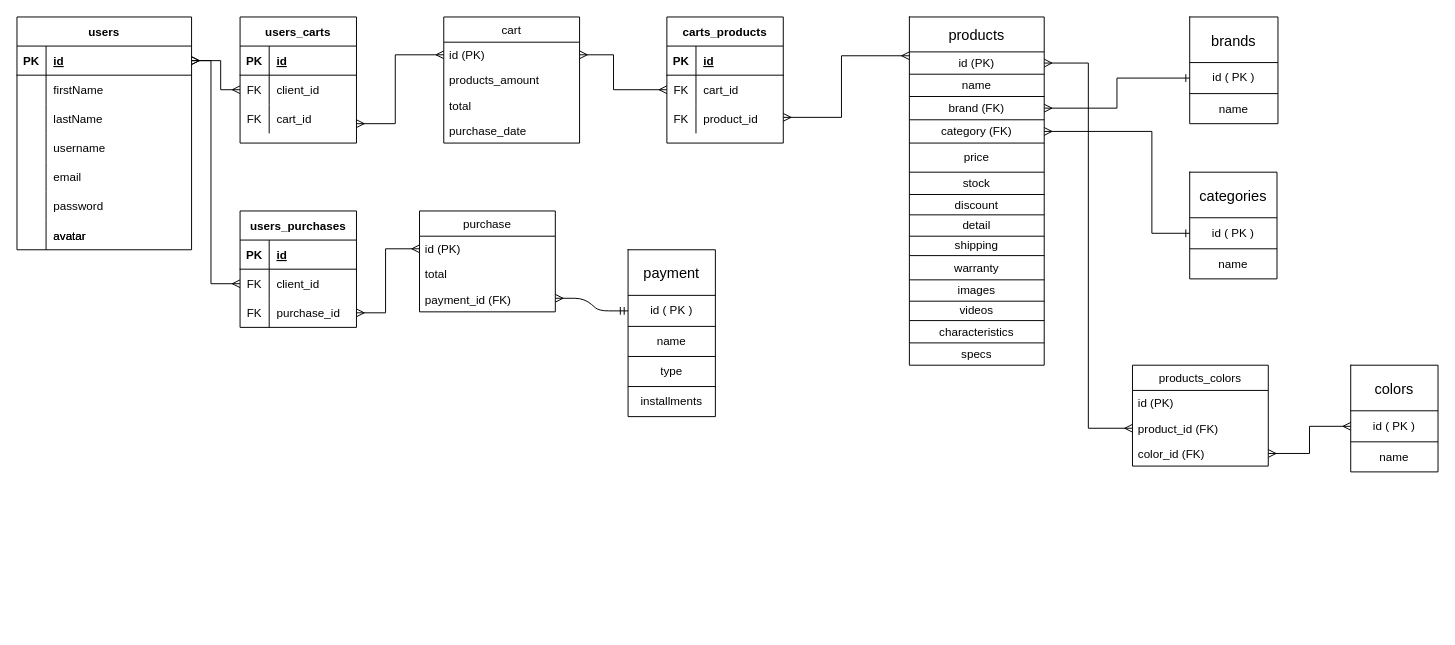
Before: db_diagrams/db_diagram.drawio in teosordo/grupo_3_mat, a draw.io diagram. Source tidied: cells renumbered, new cells numbered last; positions are measured from the earlier drawing's top-left corner, leaving out a move shared by most shapes. Both pictures are drawn from the tidied source at 97%, with x=0, y=0 at pixel (16, 16).
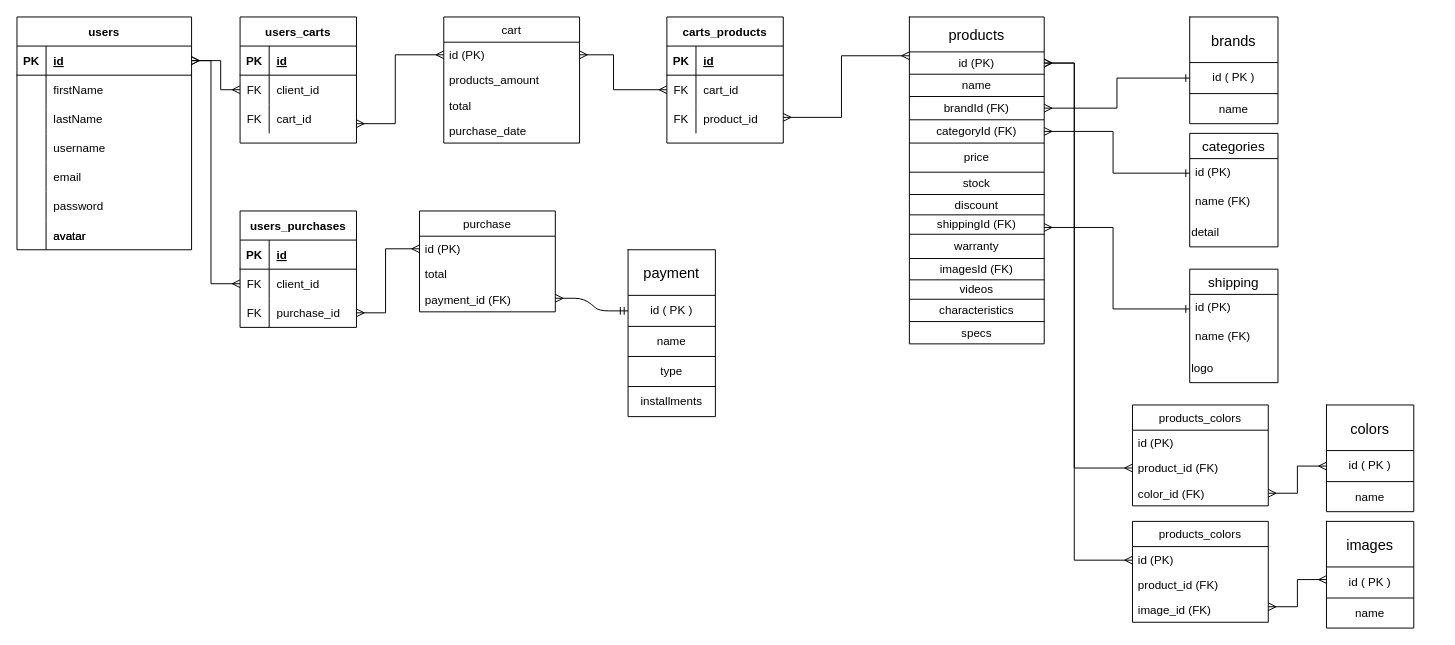
After the change.

Unchanged cells that the change refers to:
```xml
<mxCell id="27" style="shape=partialRectangle;fillColor=none;top=0;left=0;bottom=0;right=0;points=[[0,0.5],[1,0.5]];portConstraint=eastwest;" parent="24" vertex="1">
  <mxGeometry y="36" width="139" height="23" as="geometry" />
</mxCell>
<mxCell id="31" style="shape=partialRectangle;fillColor=none;top=0;left=0;bottom=0;right=0;points=[[0,0.5],[1,0.5]];portConstraint=eastwest;" parent="24" vertex="1">
  <mxGeometry y="82" width="139" height="24" as="geometry" />
</mxCell>
<mxCell id="33" style="shape=partialRectangle;fillColor=none;top=0;left=0;bottom=0;right=0;" parent="24" vertex="1">
  <mxGeometry y="106" width="139" height="24" as="geometry" />
</mxCell>
<mxCell id="105" value="product_id (FK)" style="text;strokeColor=none;fillColor=none;align=left;verticalAlign=top;spacingLeft=4;spacingRight=4;overflow=hidden;points=[[0,0.5],[1,0.5]];portConstraint=eastwest;" parent="103" vertex="1">
  <mxGeometry y="52" width="140" height="26" as="geometry" />
</mxCell>
```

The edit, as a diff of the source:
```diff
@@
     <mxCell id="24" style="shape=table;startSize=0;childLayout=tableLayout;perimeterSpacing=0;strokeWidth=1;" parent="1" vertex="1">
-      <mxGeometry x="920" width="139" height="359" as="geometry" />
+      <mxGeometry x="920" width="139" height="337" as="geometry" />
     </mxCell>
@@
-    <mxCell id="32" value="brand (FK)" style="shape=partialRectangle;html=1;whiteSpace=wrap;overflow=hidden;fillColor=none;top=0;left=0;bottom=0;right=0;" parent="31" vertex="1">
+    <mxCell id="32" value="brandId (FK)" style="shape=partialRectangle;html=1;whiteSpace=wrap;overflow=hidden;fillColor=none;top=0;left=0;bottom=0;right=0;" parent="31" vertex="1">
       <mxGeometry width="139" height="24" as="geometry" />
     </mxCell>
@@
-    <mxCell id="34" value="category (FK)" style="shape=partialRectangle;html=1;whiteSpace=wrap;overflow=hidden;fillColor=none;top=0;left=0;bottom=0;right=0;" parent="33" vertex="1">
+    <mxCell id="34" value="categoryId (FK)" style="shape=partialRectangle;html=1;whiteSpace=wrap;overflow=hidden;fillColor=none;top=0;left=0;bottom=0;right=0;" parent="33" vertex="1">
       <mxGeometry width="139" height="24" as="geometry" />
     </mxCell>
@@
-    <mxCell id="41" style="shape=partialRectangle;fillColor=none;top=0;left=0;bottom=0;right=0;" parent="24" vertex="1">
-      <mxGeometry y="204" width="139" height="22" as="geometry" />
-    </mxCell>
-    <mxCell id="42" value="detail" style="shape=partialRectangle;html=1;whiteSpace=wrap;overflow=hidden;fillColor=none;top=0;left=0;bottom=0;right=0;" parent="41" vertex="1">
-      <mxGeometry width="139" height="22" as="geometry" />
-    </mxCell>
     <mxCell id="43" style="shape=partialRectangle;fillColor=none;top=0;left=0;bottom=0;right=0;" parent="24" vertex="1">
-      <mxGeometry y="226" width="139" height="20" as="geometry" />
+      <mxGeometry y="204" width="139" height="20" as="geometry" />
     </mxCell>
-    <mxCell id="44" value="shipping" style="shape=partialRectangle;html=1;whiteSpace=wrap;overflow=hidden;fillColor=none;top=0;left=0;bottom=0;right=0;" parent="43" vertex="1">
+    <mxCell id="44" value="shippingId (FK)" style="shape=partialRectangle;html=1;whiteSpace=wrap;overflow=hidden;fillColor=none;top=0;left=0;bottom=0;right=0;" parent="43" vertex="1">
       <mxGeometry width="139" height="20" as="geometry" />
     </mxCell>
     <mxCell id="45" style="shape=partialRectangle;fillColor=none;top=0;left=0;bottom=0;right=0;" parent="24" vertex="1">
-      <mxGeometry y="246" width="139" height="25" as="geometry" />
+      <mxGeometry y="224" width="139" height="25" as="geometry" />
     </mxCell>
@@
     <mxCell id="47" style="shape=partialRectangle;fillColor=none;top=0;left=0;bottom=0;right=0;" parent="24" vertex="1">
-      <mxGeometry y="271" width="139" height="22" as="geometry" />
+      <mxGeometry y="249" width="139" height="22" as="geometry" />
     </mxCell>
-    <mxCell id="48" value="images" style="shape=partialRectangle;html=1;whiteSpace=wrap;overflow=hidden;fillColor=none;top=0;left=0;bottom=0;right=0;" parent="47" vertex="1">
+    <mxCell id="48" value="imagesId (FK)" style="shape=partialRectangle;html=1;whiteSpace=wrap;overflow=hidden;fillColor=none;top=0;left=0;bottom=0;right=0;" parent="47" vertex="1">
       <mxGeometry width="139" height="22" as="geometry" />
     </mxCell>
     <mxCell id="49" style="shape=partialRectangle;fillColor=none;top=0;left=0;bottom=0;right=0;" parent="24" vertex="1">
-      <mxGeometry y="293" width="139" height="20" as="geometry" />
+      <mxGeometry y="271" width="139" height="20" as="geometry" />
     </mxCell>
@@
     <mxCell id="51" style="shape=partialRectangle;fillColor=none;top=0;left=0;bottom=0;right=0;" parent="24" vertex="1">
-      <mxGeometry y="313" width="139" height="23" as="geometry" />
+      <mxGeometry y="291" width="139" height="23" as="geometry" />
     </mxCell>
@@
     <mxCell id="53" style="shape=partialRectangle;fillColor=none;top=0;left=0;bottom=0;right=0;" parent="24" vertex="1">
-      <mxGeometry y="336" width="139" height="23" as="geometry" />
+      <mxGeometry y="314" width="139" height="23" as="geometry" />
     </mxCell>
@@
-    <mxCell id="62" style="shape=table;startSize=0;childLayout=tableLayout;" parent="1" vertex="1">
-      <mxGeometry x="1209" y="160" width="90" height="110" as="geometry" />
-    </mxCell>
-    <mxCell id="63" style="shape=partialRectangle;fillColor=none;top=0;left=0;bottom=0;right=0;" parent="62" vertex="1">
-      <mxGeometry width="90" height="47" as="geometry" />
-    </mxCell>
-    <mxCell id="64" value="&lt;span style=&quot;font-size: 15px&quot;&gt;categories&lt;/span&gt;" style="shape=partialRectangle;html=1;whiteSpace=wrap;overflow=hidden;fillColor=none;top=0;left=0;bottom=0;right=0;" parent="63" vertex="1">
-      <mxGeometry width="90" height="47" as="geometry" />
-    </mxCell>
-    <mxCell id="65" style="shape=partialRectangle;fillColor=none;top=0;left=0;bottom=0;right=0;points=[[0,0.5],[1,0.5]];portConstraint=eastwest;" parent="62" vertex="1">
-      <mxGeometry y="47" width="90" height="32" as="geometry" />
-    </mxCell>
-    <mxCell id="66" value="id ( PK )" style="shape=partialRectangle;html=1;whiteSpace=wrap;overflow=hidden;fillColor=none;top=0;left=0;bottom=0;right=0;" parent="65" vertex="1">
-      <mxGeometry width="90" height="32" as="geometry" />
-    </mxCell>
-    <mxCell id="67" style="shape=partialRectangle;fillColor=none;top=0;left=0;bottom=0;right=0;" parent="62" vertex="1">
-      <mxGeometry y="79" width="90" height="31" as="geometry" />
-    </mxCell>
-    <mxCell id="68" value="name" style="shape=partialRectangle;html=1;whiteSpace=wrap;overflow=hidden;fillColor=none;top=0;left=0;bottom=0;right=0;" parent="67" vertex="1">
-      <mxGeometry width="90" height="31" as="geometry" />
-    </mxCell>
@@
     <mxCell id="71" style="shape=table;startSize=0;childLayout=tableLayout;" parent="1" vertex="1">
-      <mxGeometry x="1375" y="359" width="90" height="110" as="geometry" />
+      <mxGeometry x="1350" y="400" width="90" height="110" as="geometry" />
     </mxCell>
@@
-    <mxCell id="79" style="edgeStyle=orthogonalEdgeStyle;rounded=0;jettySize=auto;html=1;entryX=0;entryY=0.5;entryDx=0;entryDy=0;startArrow=ERmany;startFill=0;endArrow=ERone;endFill=0;" parent="1" edge="1" target="65">
+    <mxCell id="79" style="edgeStyle=orthogonalEdgeStyle;rounded=0;jettySize=auto;html=1;entryX=0;entryY=0.5;entryDx=0;entryDy=0;startArrow=ERmany;startFill=0;endArrow=ERone;endFill=0;" parent="1" edge="1" target="144">
       <mxGeometry relative="1" as="geometry">
         <mxPoint x="1059" y="118" as="sourcePoint" />
         <Array as="points">
-          <mxPoint x="1170" y="118" />
-          <mxPoint x="1170" y="223" />
+          <mxPoint x="1130" y="118" />
+          <mxPoint x="1130" y="161" />
         </Array>
       </mxGeometry>
     </mxCell>
@@
     <mxCell id="103" value="products_colors" style="swimlane;fontStyle=0;horizontal=1;startSize=26;" parent="1" vertex="1">
-      <mxGeometry x="1150" y="359" width="140" height="104" as="geometry" />
+      <mxGeometry x="1150" y="400" width="140" height="104" as="geometry" />
     </mxCell>
@@
     <mxCell id="107" style="edgeStyle=orthogonalEdgeStyle;rounded=0;jettySize=auto;html=1;exitX=1;exitY=0.5;exitDx=0;exitDy=0;entryX=0;entryY=0.5;entryDx=0;entryDy=0;startArrow=ERmany;startFill=0;endArrow=ERmany;endFill=0;" parent="1" edge="1" source="27" target="105">
-      <mxGeometry relative="1" as="geometry" />
+      <mxGeometry relative="1" as="geometry">
+        <Array as="points">
+          <mxPoint x="1090" y="48" />
+          <mxPoint x="1090" y="465" />
+        </Array>
+      </mxGeometry>
     </mxCell>
@@
+    <mxCell id="64" value="categories" style="swimlane;fontStyle=0;horizontal=1;startSize=26;align=center;fontSize=14;" parent="1" vertex="1">
+      <mxGeometry x="1209" y="120" width="91" height="117" as="geometry" />
+    </mxCell>
+    <mxCell id="144" value="id (PK)" style="text;strokeColor=none;fillColor=none;spacingLeft=4;spacingRight=4;overflow=hidden;points=[[0,0.5],[1,0.5]];portConstraint=eastwest;fontSize=12;" parent="64" vertex="1">
+      <mxGeometry y="26" width="91" height="30" as="geometry" />
+    </mxCell>
+    <mxCell id="145" value="name (FK)" style="text;strokeColor=none;fillColor=none;spacingLeft=4;spacingRight=4;overflow=hidden;fontSize=12;" parent="64" vertex="1">
+      <mxGeometry y="56" width="91" height="30" as="geometry" />
+    </mxCell>
+    <mxCell id="42" value="detail" style="shape=partialRectangle;html=1;whiteSpace=wrap;overflow=hidden;fillColor=none;top=0;left=0;bottom=0;right=0;align=left;" parent="64" vertex="1">
+      <mxGeometry y="86" width="91" height="31" as="geometry" />
+    </mxCell>
+    <mxCell id="146" value="shipping" style="swimlane;fontStyle=0;horizontal=1;startSize=26;align=center;fontSize=14;" parent="1" vertex="1">
+      <mxGeometry x="1209" y="260" width="91" height="117" as="geometry" />
+    </mxCell>
+    <mxCell id="147" value="id (PK)" style="text;strokeColor=none;fillColor=none;spacingLeft=4;spacingRight=4;overflow=hidden;points=[[0,0.5],[1,0.5]];portConstraint=eastwest;fontSize=12;" parent="146" vertex="1">
+      <mxGeometry y="26" width="91" height="30" as="geometry" />
+    </mxCell>
+    <mxCell id="148" value="name (FK)" style="text;strokeColor=none;fillColor=none;spacingLeft=4;spacingRight=4;overflow=hidden;fontSize=12;" parent="146" vertex="1">
+      <mxGeometry y="56" width="91" height="30" as="geometry" />
+    </mxCell>
+    <mxCell id="149" value="logo" style="shape=partialRectangle;html=1;whiteSpace=wrap;overflow=hidden;fillColor=none;top=0;left=0;bottom=0;right=0;align=left;" parent="146" vertex="1">
+      <mxGeometry y="86" width="91" height="31" as="geometry" />
+    </mxCell>
+    <mxCell id="150" style="edgeStyle=orthogonalEdgeStyle;rounded=0;jettySize=auto;html=1;entryX=0;entryY=0.5;entryDx=0;entryDy=0;startArrow=ERmany;startFill=0;endArrow=ERone;endFill=0;" parent="1" edge="1" target="147">
+      <mxGeometry relative="1" as="geometry">
+        <mxPoint x="1059" y="217" as="sourcePoint" />
+        <Array as="points">
+          <mxPoint x="1130" y="217" />
+          <mxPoint x="1130" y="301" />
+        </Array>
+      </mxGeometry>
+    </mxCell>
+    <mxCell id="151" value="products_colors" style="swimlane;fontStyle=0;horizontal=1;startSize=26;" parent="1" vertex="1">
+      <mxGeometry x="1150" y="520" width="140" height="104" as="geometry" />
+    </mxCell>
+    <mxCell id="152" value="id (PK)" style="text;strokeColor=none;fillColor=none;align=left;verticalAlign=top;spacingLeft=4;spacingRight=4;overflow=hidden;" parent="151" vertex="1">
+      <mxGeometry y="26" width="140" height="26" as="geometry" />
+    </mxCell>
+    <mxCell id="153" value="product_id (FK)" style="text;strokeColor=none;fillColor=none;align=left;verticalAlign=top;spacingLeft=4;spacingRight=4;overflow=hidden;" parent="151" vertex="1">
+      <mxGeometry y="52" width="140" height="26" as="geometry" />
+    </mxCell>
+    <mxCell id="154" value="image_id (FK)" style="text;strokeColor=none;fillColor=none;align=left;verticalAlign=top;spacingLeft=4;spacingRight=4;overflow=hidden;" parent="151" vertex="1">
+      <mxGeometry y="78" width="140" height="26" as="geometry" />
+    </mxCell>
+    <mxCell id="155" style="edgeStyle=orthogonalEdgeStyle;rounded=0;jettySize=auto;html=1;exitX=1;exitY=0.5;exitDx=0;exitDy=0;startArrow=ERmany;startFill=0;endArrow=ERmany;endFill=0;" parent="1" edge="1" source="27">
+      <mxGeometry relative="1" as="geometry">
+        <mxPoint x="1150" y="560" as="targetPoint" />
+        <Array as="points">
+          <mxPoint x="1090" y="48" />
+          <mxPoint x="1090" y="560" />
+        </Array>
+      </mxGeometry>
+    </mxCell>
+    <mxCell id="156" style="shape=table;startSize=0;childLayout=tableLayout;" parent="1" vertex="1">
+      <mxGeometry x="1350" y="520" width="90" height="110" as="geometry" />
+    </mxCell>
+    <mxCell id="63" style="shape=partialRectangle;fillColor=none;top=0;left=0;bottom=0;right=0;" parent="156" vertex="1">
+      <mxGeometry width="90" height="47" as="geometry" />
+    </mxCell>
+    <mxCell id="157" value="&lt;span style=&quot;font-size: 15px&quot;&gt;images&lt;/span&gt;" style="shape=partialRectangle;html=1;whiteSpace=wrap;overflow=hidden;fillColor=none;top=0;left=0;bottom=0;right=0;" parent="63" vertex="1">
+      <mxGeometry width="90" height="47" as="geometry" />
+    </mxCell>
+    <mxCell id="65" style="shape=partialRectangle;fillColor=none;top=0;left=0;bottom=0;right=0;points=[[0,0.5],[1,0.5]];portConstraint=eastwest;" parent="156" vertex="1">
+      <mxGeometry y="47" width="90" height="32" as="geometry" />
+    </mxCell>
+    <mxCell id="66" value="id ( PK )" style="shape=partialRectangle;html=1;whiteSpace=wrap;overflow=hidden;fillColor=none;top=0;left=0;bottom=0;right=0;" parent="65" vertex="1">
+      <mxGeometry width="90" height="32" as="geometry" />
+    </mxCell>
+    <mxCell id="67" style="shape=partialRectangle;fillColor=none;top=0;left=0;bottom=0;right=0;" parent="156" vertex="1">
+      <mxGeometry y="79" width="90" height="31" as="geometry" />
+    </mxCell>
+    <mxCell id="68" value="name" style="shape=partialRectangle;html=1;whiteSpace=wrap;overflow=hidden;fillColor=none;top=0;left=0;bottom=0;right=0;" parent="67" vertex="1">
+      <mxGeometry width="90" height="31" as="geometry" />
+    </mxCell>
+    <mxCell id="158" style="edgeStyle=orthogonalEdgeStyle;rounded=0;orthogonalLoop=1;jettySize=auto;html=1;entryX=0;entryY=0.5;entryDx=0;entryDy=0;startArrow=ERmany;startFill=0;endArrow=ERmany;endFill=0;exitX=1;exitY=0.5;exitDx=0;exitDy=0;" parent="1" edge="1">
+      <mxGeometry relative="1" as="geometry">
+        <mxPoint x="1290" y="608" as="sourcePoint" />
+        <mxPoint x="1350" y="580" as="targetPoint" />
+        <Array as="points">
+          <mxPoint x="1320" y="608" />
+          <mxPoint x="1320" y="580" />
+        </Array>
+      </mxGeometry>
+    </mxCell>
```
